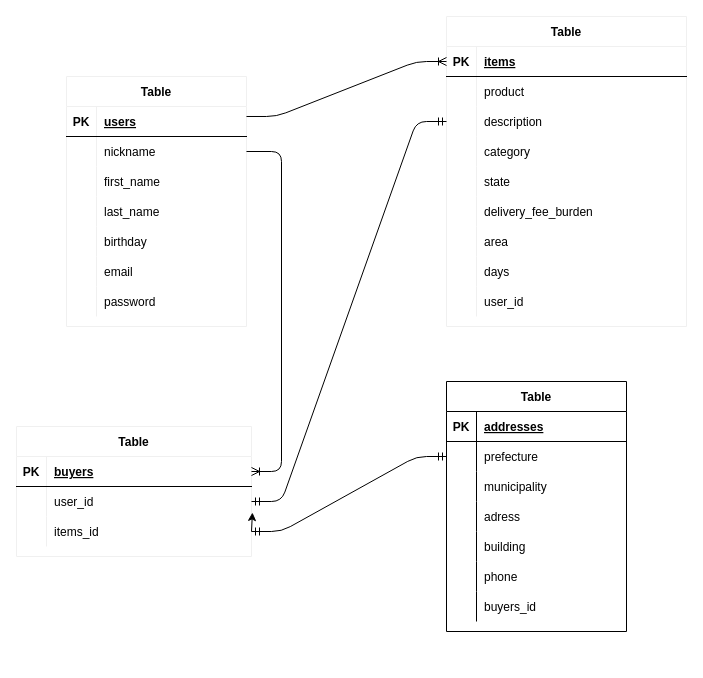
Bulkgi/furima-34018 keeps this draw.io diagram as ER.dio. Above is the earlier version. Source tidied: cells renumbered, new cells numbered last; positions are measured from the earlier drawing's top-left corner, leaving out a move shared by most shapes. Both pictures are drawn from the tidied source at 100%, with x=0, y=0 at pixel (16, 16).
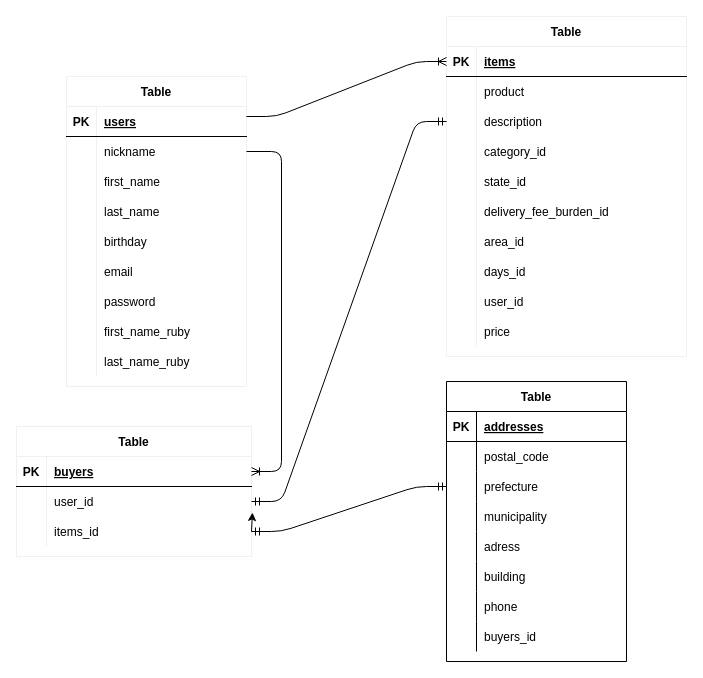
The same diagram, later.

Commit message (it also covers changes not shown here):
データ設計の修正1

The change refers to these unchanged cells:
```xml
<mxCell id="34" style="shape=partialRectangle;fillColor=none;top=0;left=0;bottom=0;right=0;" parent="24" vertex="1">
  <mxGeometry y="120" width="240" height="30" as="geometry" />
</mxCell>
<mxCell id="37" style="shape=partialRectangle;fillColor=none;top=0;left=0;bottom=0;right=0;" parent="24" vertex="1">
  <mxGeometry y="150" width="240" height="30" as="geometry" />
</mxCell>
<mxCell id="40" style="shape=partialRectangle;fillColor=none;top=0;left=0;bottom=0;right=0;" parent="24" vertex="1">
  <mxGeometry y="180" width="240" height="30" as="geometry" />
</mxCell>
<mxCell id="43" style="shape=partialRectangle;fillColor=none;top=0;left=0;bottom=0;right=0;" parent="24" vertex="1">
  <mxGeometry y="210" width="240" height="30" as="geometry" />
</mxCell>
<mxCell id="46" style="shape=partialRectangle;fillColor=none;top=0;left=0;bottom=0;right=0;" parent="24" vertex="1">
  <mxGeometry y="240" width="240" height="30" as="geometry" />
</mxCell>
```

The edit, as a diff of the source:
```diff
@@
     <mxCell id="2" value="Table" style="shape=table;startSize=30;childLayout=tableLayout;rowLines=0;fontStyle=1;align=center;strokeColor=#f0f0f0;" parent="1" vertex="1">
-      <mxGeometry x="50" y="60" width="180" height="250" as="geometry" />
+      <mxGeometry x="50" y="60" width="180" height="310" as="geometry" />
     </mxCell>
@@
+    <mxCell id="89" style="shape=partialRectangle;fillColor=none;top=0;left=0;bottom=0;right=0;" parent="2" vertex="1">
+      <mxGeometry y="240" width="180" height="30" as="geometry" />
+    </mxCell>
+    <mxCell id="90" style="shape=partialRectangle;fillColor=none;top=0;left=0;bottom=0;right=0;overflow=hidden;" parent="89" vertex="1">
+      <mxGeometry width="30" height="30" as="geometry" />
+    </mxCell>
+    <mxCell id="91" value="first_name_ruby" style="shape=partialRectangle;fillColor=none;top=0;left=0;bottom=0;right=0;align=left;spacingLeft=6;overflow=hidden;" parent="89" vertex="1">
+      <mxGeometry x="30" width="150" height="30" as="geometry" />
+    </mxCell>
+    <mxCell id="92" style="shape=partialRectangle;fillColor=none;top=0;left=0;bottom=0;right=0;" parent="2" vertex="1">
+      <mxGeometry y="270" width="180" height="30" as="geometry" />
+    </mxCell>
+    <mxCell id="93" style="shape=partialRectangle;fillColor=none;top=0;left=0;bottom=0;right=0;overflow=hidden;" parent="92" vertex="1">
+      <mxGeometry width="30" height="30" as="geometry" />
+    </mxCell>
+    <mxCell id="94" value="last_name_ruby" style="shape=partialRectangle;fillColor=none;top=0;left=0;bottom=0;right=0;align=left;spacingLeft=6;overflow=hidden;" parent="92" vertex="1">
+      <mxGeometry x="30" width="150" height="30" as="geometry" />
+    </mxCell>
     <mxCell id="24" value="Table" style="shape=table;startSize=30;childLayout=tableLayout;rowLines=0;fontStyle=1;align=center;strokeColor=#f0f0f0;" parent="1" vertex="1">
-      <mxGeometry x="430" width="240" height="310" as="geometry" />
+      <mxGeometry x="430" width="240" height="340" as="geometry" />
     </mxCell>
@@
-    <mxCell id="36" value="category" style="shape=partialRectangle;fillColor=none;top=0;left=0;bottom=0;right=0;align=left;spacingLeft=6;overflow=hidden;" parent="34" vertex="1">
+    <mxCell id="36" value="category_id" style="shape=partialRectangle;fillColor=none;top=0;left=0;bottom=0;right=0;align=left;spacingLeft=6;overflow=hidden;" parent="34" vertex="1">
       <mxGeometry x="30" width="210" height="30" as="geometry" />
     </mxCell>
@@
-    <mxCell id="39" value="state" style="shape=partialRectangle;fillColor=none;top=0;left=0;bottom=0;right=0;align=left;spacingLeft=6;overflow=hidden;" parent="37" vertex="1">
+    <mxCell id="39" value="state_id" style="shape=partialRectangle;fillColor=none;top=0;left=0;bottom=0;right=0;align=left;spacingLeft=6;overflow=hidden;" parent="37" vertex="1">
       <mxGeometry x="30" width="210" height="30" as="geometry" />
     </mxCell>
@@
-    <mxCell id="42" value="delivery_fee_burden" style="shape=partialRectangle;fillColor=none;top=0;left=0;bottom=0;right=0;align=left;spacingLeft=6;overflow=hidden;" parent="40" vertex="1">
+    <mxCell id="42" value="delivery_fee_burden_id" style="shape=partialRectangle;fillColor=none;top=0;left=0;bottom=0;right=0;align=left;spacingLeft=6;overflow=hidden;" parent="40" vertex="1">
       <mxGeometry x="30" width="210" height="30" as="geometry" />
     </mxCell>
@@
-    <mxCell id="45" value="area" style="shape=partialRectangle;fillColor=none;top=0;left=0;bottom=0;right=0;align=left;spacingLeft=6;overflow=hidden;" parent="43" vertex="1">
+    <mxCell id="45" value="area_id" style="shape=partialRectangle;fillColor=none;top=0;left=0;bottom=0;right=0;align=left;spacingLeft=6;overflow=hidden;" parent="43" vertex="1">
       <mxGeometry x="30" width="210" height="30" as="geometry" />
     </mxCell>
@@
-    <mxCell id="48" value="days" style="shape=partialRectangle;fillColor=none;top=0;left=0;bottom=0;right=0;align=left;spacingLeft=6;overflow=hidden;" parent="46" vertex="1">
+    <mxCell id="48" value="days_id" style="shape=partialRectangle;fillColor=none;top=0;left=0;bottom=0;right=0;align=left;spacingLeft=6;overflow=hidden;" parent="46" vertex="1">
       <mxGeometry x="30" width="210" height="30" as="geometry" />
     </mxCell>
@@
+    <mxCell id="95" style="shape=partialRectangle;fillColor=none;top=0;left=0;bottom=0;right=0;" parent="24" vertex="1">
+      <mxGeometry y="300" width="240" height="30" as="geometry" />
+    </mxCell>
+    <mxCell id="96" style="shape=partialRectangle;fillColor=none;top=0;left=0;bottom=0;right=0;overflow=hidden;" parent="95" vertex="1">
+      <mxGeometry width="30" height="30" as="geometry" />
+    </mxCell>
+    <mxCell id="97" value="price" style="shape=partialRectangle;fillColor=none;top=0;left=0;bottom=0;right=0;align=left;spacingLeft=6;overflow=hidden;" parent="95" vertex="1">
+      <mxGeometry x="30" width="210" height="30" as="geometry" />
+    </mxCell>
@@
     <mxCell id="64" value="Table" style="shape=table;startSize=30;childLayout=tableLayout;rowLines=0;fontStyle=1;align=center;" parent="1" vertex="1">
-      <mxGeometry x="430" y="365" width="180" height="250" as="geometry" />
+      <mxGeometry x="430" y="365" width="180" height="280" as="geometry" />
     </mxCell>
@@
+    <mxCell id="98" style="shape=partialRectangle;fillColor=none;top=0;left=0;bottom=0;right=0;" parent="64" vertex="1">
+      <mxGeometry y="60" width="180" height="30" as="geometry" />
+    </mxCell>
+    <mxCell id="99" style="shape=partialRectangle;fillColor=none;top=0;left=0;bottom=0;right=0;overflow=hidden;" parent="98" vertex="1">
+      <mxGeometry width="30" height="30" as="geometry" />
+    </mxCell>
+    <mxCell id="100" value="postal_code" style="shape=partialRectangle;fillColor=none;top=0;left=0;bottom=0;right=0;align=left;spacingLeft=6;overflow=hidden;" parent="98" vertex="1">
+      <mxGeometry x="30" width="150" height="30" as="geometry" />
+    </mxCell>
     <mxCell id="68" style="shape=partialRectangle;fillColor=none;top=0;left=0;bottom=0;right=0;points=[[0,0.5],[1,0.5]];portConstraint=eastwest;" parent="64" vertex="1">
-      <mxGeometry y="60" width="180" height="30" as="geometry" />
+      <mxGeometry y="90" width="180" height="30" as="geometry" />
     </mxCell>
@@
     <mxCell id="71" style="shape=partialRectangle;fillColor=none;top=0;left=0;bottom=0;right=0;" parent="64" vertex="1">
-      <mxGeometry y="90" width="180" height="30" as="geometry" />
+      <mxGeometry y="120" width="180" height="30" as="geometry" />
     </mxCell>
@@
     <mxCell id="74" style="shape=partialRectangle;fillColor=none;top=0;left=0;bottom=0;right=0;" parent="64" vertex="1">
-      <mxGeometry y="120" width="180" height="30" as="geometry" />
+      <mxGeometry y="150" width="180" height="30" as="geometry" />
     </mxCell>
@@
     <mxCell id="77" style="shape=partialRectangle;fillColor=none;top=0;left=0;bottom=0;right=0;" parent="64" vertex="1">
-      <mxGeometry y="150" width="180" height="30" as="geometry" />
+      <mxGeometry y="180" width="180" height="30" as="geometry" />
     </mxCell>
@@
     <mxCell id="80" style="shape=partialRectangle;fillColor=none;top=0;left=0;bottom=0;right=0;" parent="64" vertex="1">
-      <mxGeometry y="180" width="180" height="30" as="geometry" />
+      <mxGeometry y="210" width="180" height="30" as="geometry" />
     </mxCell>
@@
     <mxCell id="83" style="shape=partialRectangle;fillColor=none;top=0;left=0;bottom=0;right=0;" parent="64" vertex="1">
-      <mxGeometry y="210" width="180" height="30" as="geometry" />
+      <mxGeometry y="240" width="180" height="30" as="geometry" />
     </mxCell>
```
